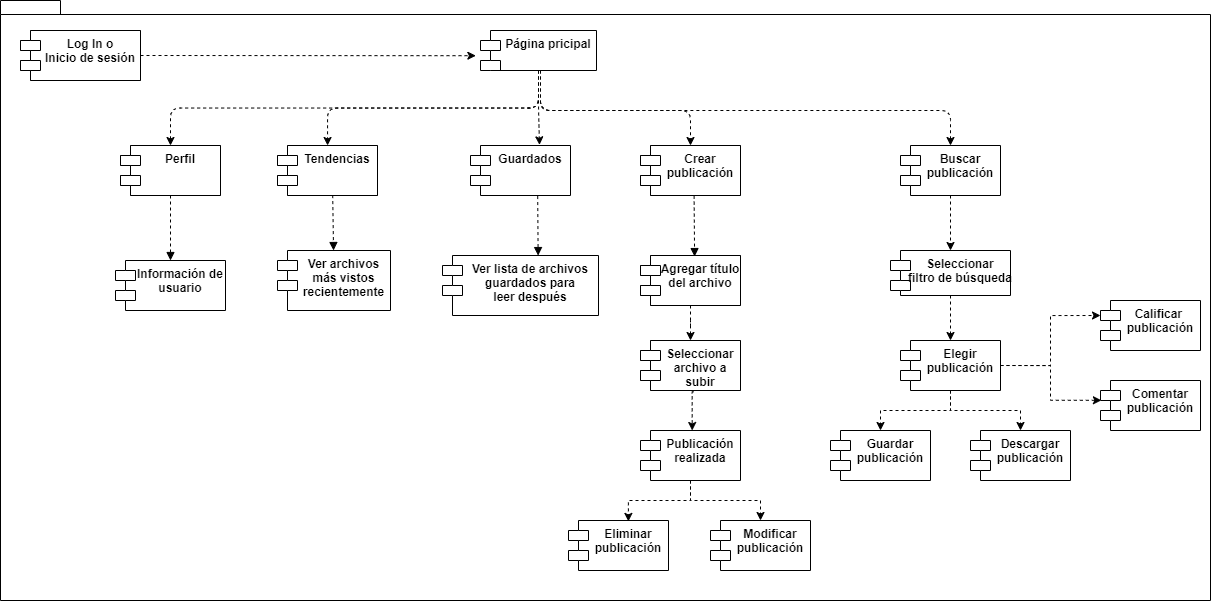
This is diagrams/C1.5DiagramaDeComponentes.png from Bernal03/AnalisisAvanzado_Repositorio_Bernal, a draw.io export, as it was before one commit. Source tidied: cells renumbered, new cells last; positions are measured from the earlier drawing's top-left corner, leaving out a move shared by most shapes.
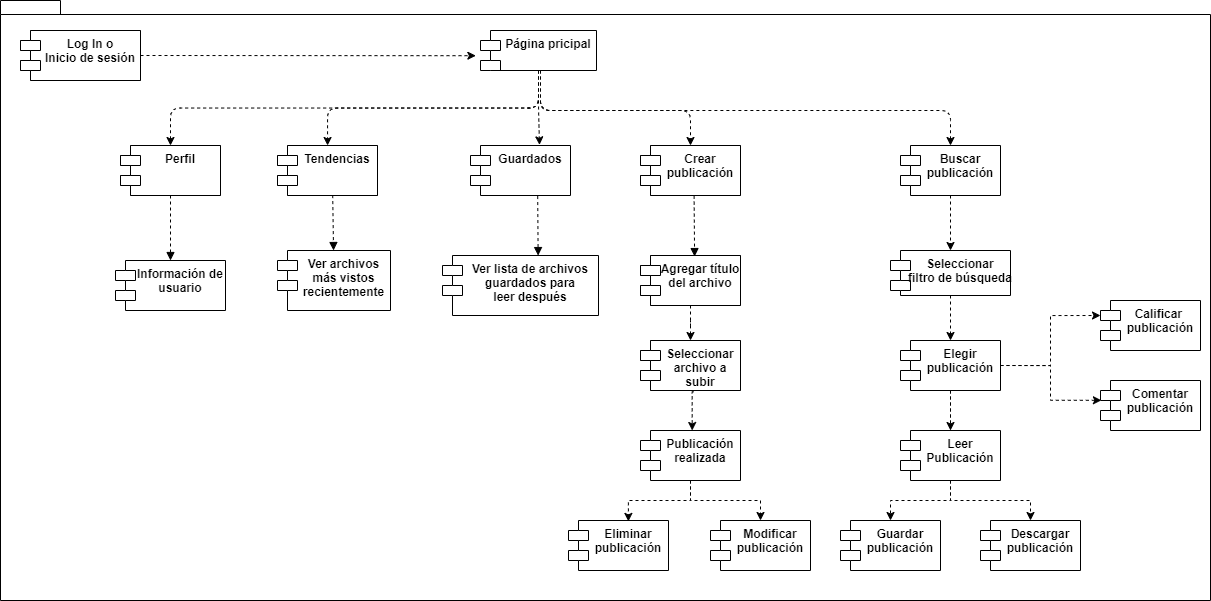
Later version of the same file.

The edit, as a diff of the source:
```diff
@@ -92,9 +92,14 @@
       <mxGeometry x="890" y="250" width="120" height="45" as="geometry" />
     </mxCell>
     <mxCell id="31" style="edgeStyle=orthogonalEdgeStyle;rounded=0;jettySize=auto;html=1;exitX=0.5;exitY=1;exitDx=0;exitDy=0;entryX=0.5;entryY=0;entryDx=0;entryDy=0;dashed=1;strokeColor=#000000;fontColor=#000000;" parent="1" edge="1" source="35" target="44">
-      <mxGeometry relative="1" as="geometry" />
+      <mxGeometry relative="1" as="geometry">
+        <Array as="points">
+          <mxPoint x="950" y="500" />
+          <mxPoint x="890" y="500" />
+        </Array>
+      </mxGeometry>
     </mxCell>
-    <mxCell id="32" style="edgeStyle=orthogonalEdgeStyle;rounded=0;jettySize=auto;html=1;exitX=0.5;exitY=1;exitDx=0;exitDy=0;dashed=1;strokeColor=#000000;fontColor=#000000;" parent="1" edge="1" source="35" target="45">
+    <mxCell id="32" style="edgeStyle=orthogonalEdgeStyle;rounded=0;jettySize=auto;html=1;exitX=0.5;exitY=1;exitDx=0;exitDy=0;dashed=1;strokeColor=#000000;fontColor=#000000;" parent="1" edge="1" source="50" target="45">
       <mxGeometry relative="1" as="geometry" />
     </mxCell>
     <mxCell id="33" style="edgeStyle=orthogonalEdgeStyle;rounded=0;jettySize=auto;html=1;exitX=1;exitY=0.5;exitDx=0;exitDy=0;entryX=0;entryY=0;entryDx=0;entryDy=15;entryPerimeter=0;dashed=1;strokeColor=#000000;fontColor=#000000;" parent="1" edge="1" source="35" target="42">
@@ -143,10 +148,10 @@
       <mxGeometry x="1100" y="380" width="100" height="50" as="geometry" />
     </mxCell>
     <mxCell id="44" value="Guardar&#10;publicación" style="shape=module;align=left;spacingLeft=20;align=center;verticalAlign=top;strokeColor=#000000;fillColor=#FFFFFF;fontColor=#000000;fontStyle=1;" parent="1" vertex="1">
-      <mxGeometry x="830" y="430" width="100" height="50" as="geometry" />
+      <mxGeometry x="840" y="520" width="100" height="50" as="geometry" />
     </mxCell>
     <mxCell id="45" value="Descargar&#10;publicación" style="shape=module;align=left;spacingLeft=20;align=center;verticalAlign=top;strokeColor=#000000;fillColor=#FFFFFF;fontColor=#000000;fontStyle=1;" parent="1" vertex="1">
-      <mxGeometry x="970" y="430" width="100" height="50" as="geometry" />
+      <mxGeometry x="980" y="520" width="100" height="50" as="geometry" />
     </mxCell>
     <mxCell id="46" style="html=1;verticalAlign=bottom;labelBackgroundColor=none;endArrow=block;endFill=1;dashed=1;strokeColor=#000000;fontColor=#000000;exitX=0.5;exitY=1;exitDx=0;exitDy=0;" parent="1" edge="1" source="15" target="16">
       <mxGeometry relative="1" as="geometry" />
@@ -160,5 +165,11 @@
     <mxCell id="49" style="html=1;verticalAlign=bottom;labelBackgroundColor=none;endArrow=block;endFill=1;dashed=1;strokeColor=#000000;fontColor=#000000;exitX=0.536;exitY=1.002;exitDx=0;exitDy=0;exitPerimeter=0;entryX=0.541;entryY=0.021;entryDx=0;entryDy=0;entryPerimeter=0;" parent="1" edge="1" source="22" target="24">
       <mxGeometry relative="1" as="geometry" />
     </mxCell>
+    <mxCell id="50" value="Leer&#10;Publicación" style="shape=module;align=left;spacingLeft=20;align=center;verticalAlign=top;strokeColor=#000000;fillColor=#FFFFFF;fontColor=#000000;fontStyle=1;" parent="1" vertex="1">
+      <mxGeometry x="900" y="430" width="100" height="50" as="geometry" />
+    </mxCell>
+    <mxCell id="51" style="edgeStyle=orthogonalEdgeStyle;rounded=0;jettySize=auto;html=1;exitX=0.5;exitY=1;exitDx=0;exitDy=0;dashed=1;strokeColor=#000000;fontColor=#000000;" parent="1" edge="1" source="35" target="50">
+      <mxGeometry relative="1" as="geometry" />
+    </mxCell>
   </root>
 </mxGraphModel>
```
